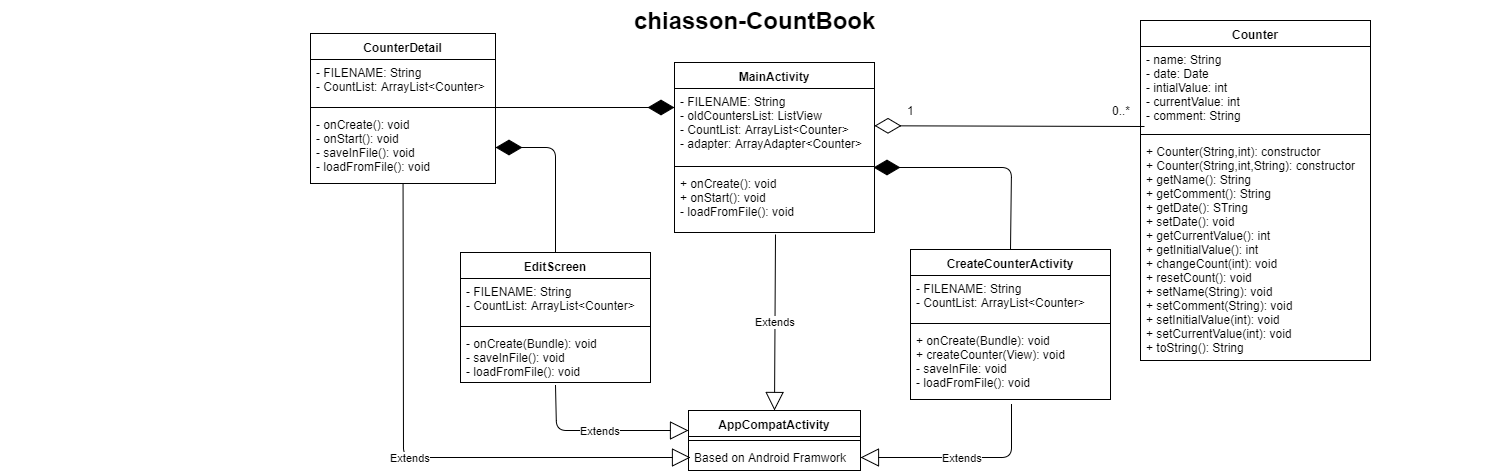
Above: doc/chiasson-CountBook.png in cchiasson/CountBook (draw.io), before the change. Source tidied: cells renumbered, new cells last; positions are measured from the earlier drawing's top-left corner, leaving out a move shared by most shapes.
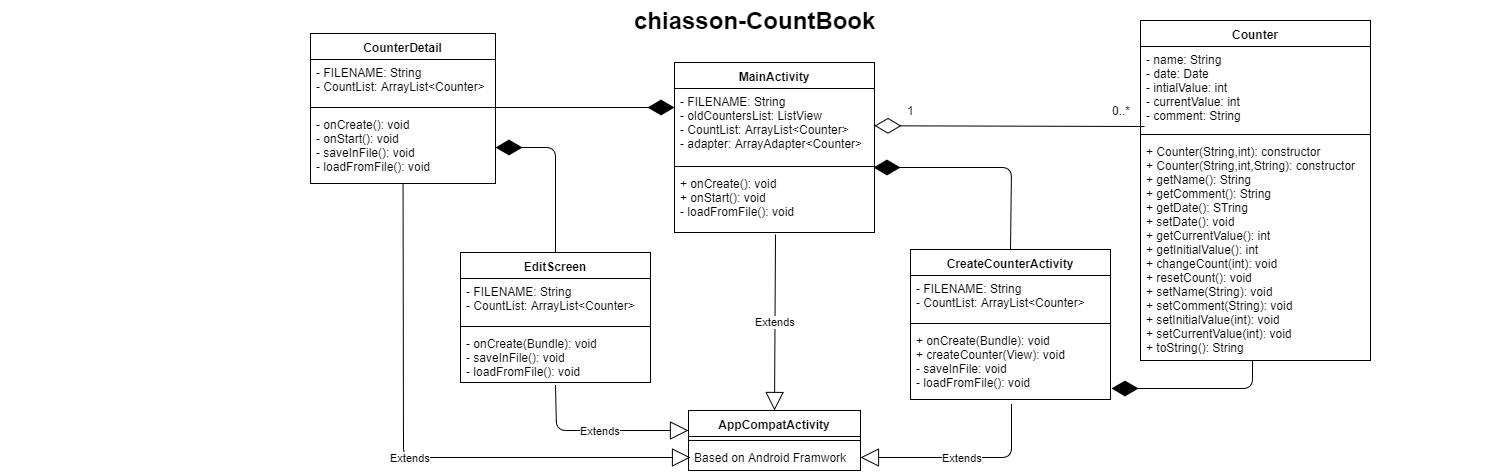
Later version of the same file.

Change to the diagram source:
```diff
@@ -130,5 +130,12 @@
         </Array>
       </mxGeometry>
     </mxCell>
+    <mxCell id="36" style="endArrow=diamondThin;endFill=1;endSize=24;html=1;entryX=1.003;entryY=0.847;entryPerimeter=0;exitX=0.489;exitY=1.005;exitPerimeter=0;" parent="1" edge="1" source="22" target="18">
+      <mxGeometry relative="1" as="geometry">
+        <Array as="points">
+          <mxPoint x="1252" y="388" />
+        </Array>
+      </mxGeometry>
+    </mxCell>
   </root>
 </mxGraphModel>
```
